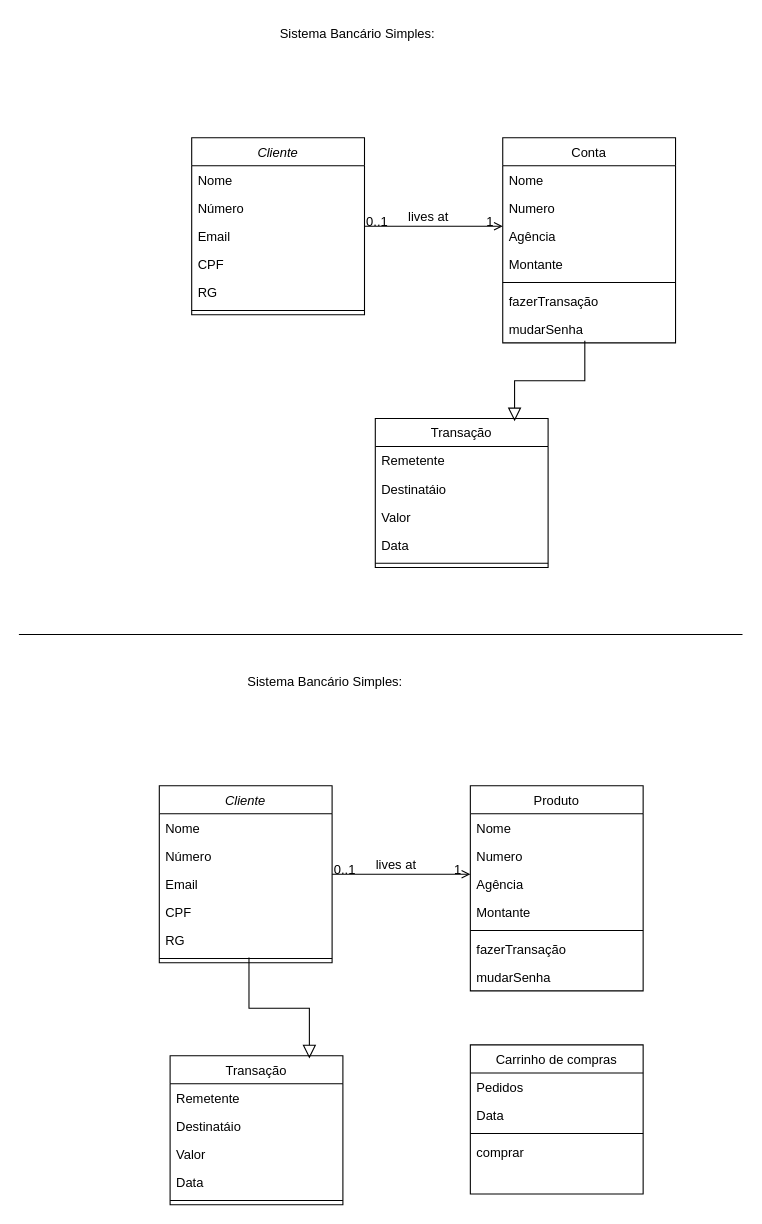
This is page "Page-1" (1 of 2) of trabalho eng.drawio from zanellaz/javascripto, a draw.io file, before an edit. Source tidied: cells renumbered, new cells numbered last; positions are measured from the earlier drawing's top-left corner, leaving out a move shared by most shapes. Both pictures are drawn from the tidied source at 108%, with x=0, y=0 at pixel (18, 18).
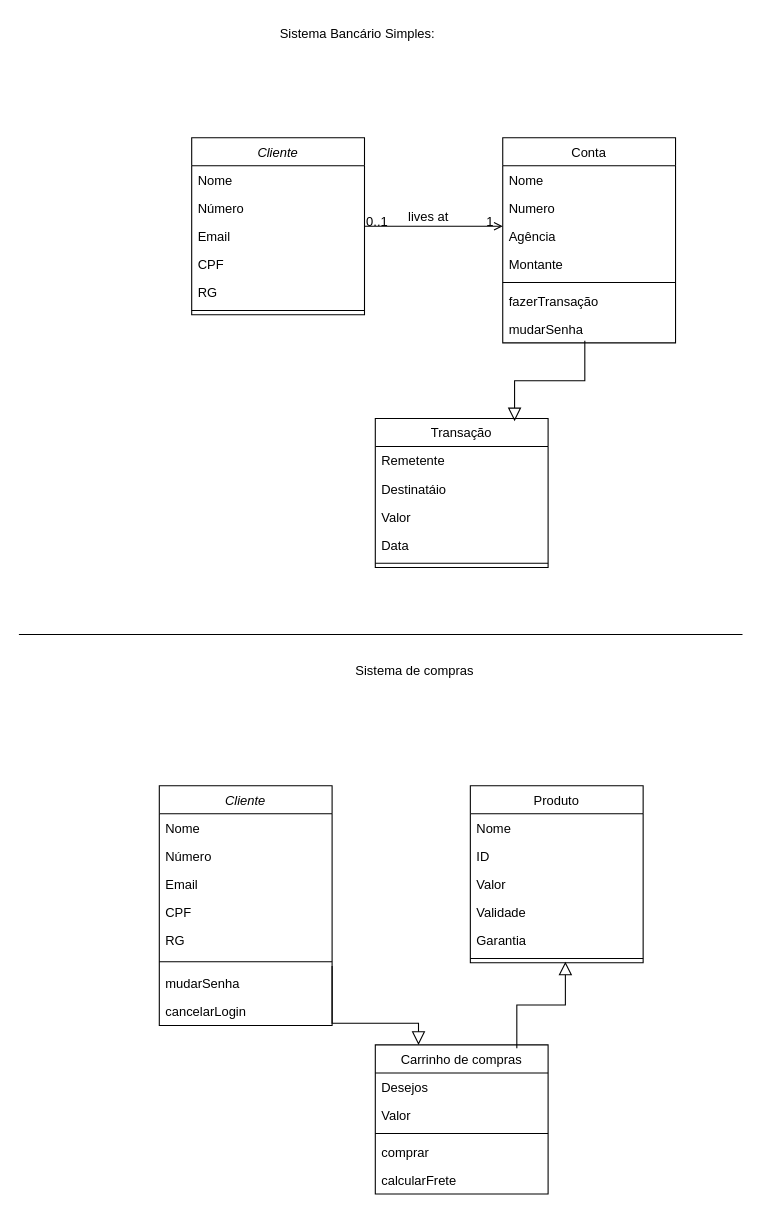
Above is the later version.

What changed in the source:
```diff
@@
     <mxCell id="30" value="Cliente" style="swimlane;fontStyle=2;align=center;verticalAlign=top;horizontal=1;startSize=26;rounded=0;shadow=0;strokeWidth=1;" parent="1" vertex="1">
-      <mxGeometry x="130" y="710" width="160" height="164" as="geometry" />
+      <mxGeometry x="130" y="710" width="160" height="222" as="geometry" />
     </mxCell>
@@
     <mxCell id="36" style="line;html=1;strokeWidth=1;align=left;verticalAlign=middle;spacingTop=-1;spacingLeft=3;spacingRight=3;labelPosition=right;points=[];portConstraint=eastwest;" parent="30" vertex="1">
-      <mxGeometry y="156" width="160" height="8" as="geometry" />
+      <mxGeometry y="156" width="160" height="14" as="geometry" />
     </mxCell>
-    <mxCell id="37" value="Transação" style="swimlane;fontStyle=0;align=center;verticalAlign=top;horizontal=1;startSize=26;rounded=0;shadow=0;strokeWidth=1;" parent="1" vertex="1">
-      <mxGeometry x="140" y="960" width="160" height="138" as="geometry" />
-    </mxCell>
-    <mxCell id="38" value="Remetente" style="text;align=left;verticalAlign=top;spacingLeft=4;spacingRight=4;overflow=hidden;" parent="37" vertex="1">
-      <mxGeometry y="26" width="160" height="26" as="geometry" />
-    </mxCell>
-    <mxCell id="39" value="Destinatáio" style="text;align=left;verticalAlign=top;spacingLeft=4;spacingRight=4;overflow=hidden;rounded=0;shadow=0;html=0;" parent="37" vertex="1">
-      <mxGeometry y="52" width="160" height="26" as="geometry" />
-    </mxCell>
-    <mxCell id="40" value="Valor" style="text;align=left;verticalAlign=top;spacingLeft=4;spacingRight=4;overflow=hidden;rounded=0;shadow=0;html=0;" parent="37" vertex="1">
-      <mxGeometry y="78" width="160" height="26" as="geometry" />
-    </mxCell>
-    <mxCell id="41" value="Data" style="text;align=left;verticalAlign=top;spacingLeft=4;spacingRight=4;overflow=hidden;rounded=0;shadow=0;html=0;" parent="37" vertex="1">
-      <mxGeometry y="104" width="160" height="26" as="geometry" />
-    </mxCell>
-    <mxCell id="42" style="line;html=1;strokeWidth=1;align=left;verticalAlign=middle;spacingTop=-1;spacingLeft=3;spacingRight=3;labelPosition=right;" parent="37" vertex="1">
-      <mxGeometry y="130" width="160" height="8" as="geometry" />
-    </mxCell>
-    <mxCell id="43" style="endArrow=block;endSize=10;endFill=0;shadow=0;strokeWidth=1;rounded=0;edgeStyle=elbowEdgeStyle;elbow=vertical;entryX=0.806;entryY=0.018;entryDx=0;entryDy=0;entryPerimeter=0;exitX=0.519;exitY=0.375;exitDx=0;exitDy=0;exitPerimeter=0;" parent="1" edge="1" source="36" target="37">
-      <mxGeometry relative="1" as="geometry" />
-    </mxCell>
+    <mxCell id="62" style="endArrow=block;endSize=10;endFill=0;shadow=0;strokeWidth=1;rounded=0;edgeStyle=elbowEdgeStyle;elbow=vertical;entryX=0.25;entryY=0;entryDx=0;entryDy=0;exitX=0.644;exitY=1.038;exitDx=0;exitDy=0;exitPerimeter=0;" parent="30" edge="1" target="57">
+      <mxGeometry relative="1" as="geometry">
+        <mxPoint x="160" y="167" as="sourcePoint" />
+        <Array as="points">
+          <mxPoint x="310" y="220" />
+        </Array>
+      </mxGeometry>
+    </mxCell>
+    <mxCell id="51" value="mudarSenha" style="text;align=left;verticalAlign=top;spacingLeft=4;spacingRight=4;overflow=hidden;" parent="30" vertex="1">
+      <mxGeometry y="170" width="160" height="26" as="geometry" />
+    </mxCell>
+    <mxCell id="63" value="cancelarLogin" style="text;align=left;verticalAlign=top;spacingLeft=4;spacingRight=4;overflow=hidden;" parent="30" vertex="1">
+      <mxGeometry y="196" width="160" height="26" as="geometry" />
+    </mxCell>
     <mxCell id="44" value="Produto" style="swimlane;fontStyle=0;align=center;verticalAlign=top;horizontal=1;startSize=26;rounded=0;shadow=0;strokeWidth=1;" parent="1" vertex="1">
-      <mxGeometry x="418" y="710" width="160" height="190" as="geometry" />
+      <mxGeometry x="418" y="710" width="160" height="164" as="geometry" />
     </mxCell>
@@
-    <mxCell id="46" value="Numero" style="text;align=left;verticalAlign=top;spacingLeft=4;spacingRight=4;overflow=hidden;rounded=0;shadow=0;html=0;" parent="44" vertex="1">
+    <mxCell id="46" value="ID" style="text;align=left;verticalAlign=top;spacingLeft=4;spacingRight=4;overflow=hidden;rounded=0;shadow=0;html=0;" parent="44" vertex="1">
       <mxGeometry y="52" width="160" height="26" as="geometry" />
     </mxCell>
-    <mxCell id="47" value="Agência" style="text;align=left;verticalAlign=top;spacingLeft=4;spacingRight=4;overflow=hidden;rounded=0;shadow=0;html=0;" parent="44" vertex="1">
+    <mxCell id="47" value="Valor" style="text;align=left;verticalAlign=top;spacingLeft=4;spacingRight=4;overflow=hidden;rounded=0;shadow=0;html=0;" parent="44" vertex="1">
       <mxGeometry y="78" width="160" height="26" as="geometry" />
     </mxCell>
-    <mxCell id="48" value="Montante" style="text;align=left;verticalAlign=top;spacingLeft=4;spacingRight=4;overflow=hidden;rounded=0;shadow=0;html=0;" parent="44" vertex="1">
+    <mxCell id="48" value="Validade" style="text;align=left;verticalAlign=top;spacingLeft=4;spacingRight=4;overflow=hidden;rounded=0;shadow=0;html=0;" parent="44" vertex="1">
       <mxGeometry y="104" width="160" height="26" as="geometry" />
     </mxCell>
+    <mxCell id="64" value="Garantia" style="text;align=left;verticalAlign=top;spacingLeft=4;spacingRight=4;overflow=hidden;rounded=0;shadow=0;html=0;" parent="44" vertex="1">
+      <mxGeometry y="130" width="160" height="26" as="geometry" />
+    </mxCell>
     <mxCell id="49" style="line;html=1;strokeWidth=1;align=left;verticalAlign=middle;spacingTop=-1;spacingLeft=3;spacingRight=3;labelPosition=right;points=[];portConstraint=eastwest;" parent="44" vertex="1">
-      <mxGeometry y="130" width="160" height="8" as="geometry" />
+      <mxGeometry y="156" width="160" height="8" as="geometry" />
     </mxCell>
-    <mxCell id="50" value="fazerTransação" style="text;align=left;verticalAlign=top;spacingLeft=4;spacingRight=4;overflow=hidden;" parent="44" vertex="1">
-      <mxGeometry y="138" width="160" height="26" as="geometry" />
-    </mxCell>
-    <mxCell id="51" value="mudarSenha" style="text;align=left;verticalAlign=top;spacingLeft=4;spacingRight=4;overflow=hidden;" parent="44" vertex="1">
-      <mxGeometry y="164" width="160" height="26" as="geometry" />
-    </mxCell>
-    <mxCell id="52" style="endArrow=open;shadow=0;strokeWidth=1;rounded=0;endFill=1;edgeStyle=elbowEdgeStyle;elbow=vertical;" parent="1" edge="1" source="30" target="44">
-      <mxGeometry x="0.5" y="41" relative="1" as="geometry">
-        <mxPoint x="-40" y="32" as="offset" />
-      </mxGeometry>
-    </mxCell>
-    <mxCell id="53" value="0..1" style="align=left;verticalAlign=bottom;labelBackgroundColor=none;fontSize=12;" parent="52" vertex="1">
-      <mxGeometry x="-1" relative="1" as="geometry">
-        <mxPoint y="4" as="offset" />
-      </mxGeometry>
-    </mxCell>
-    <mxCell id="54" value="1" style="align=right;verticalAlign=bottom;labelBackgroundColor=none;fontSize=12;" parent="52" vertex="1">
-      <mxGeometry x="1" relative="1" as="geometry">
-        <mxPoint x="-7" y="4" as="offset" />
-      </mxGeometry>
-    </mxCell>
-    <mxCell id="55" value="lives at" style="text;html=1;align=center;verticalAlign=middle;labelBackgroundColor=none;rounded=0;shadow=0;strokeWidth=1;fontSize=12;" parent="52" vertex="1">
-      <mxGeometry x="0.5" y="49" relative="1" as="geometry">
-        <mxPoint x="-38" y="40" as="offset" />
-      </mxGeometry>
-    </mxCell>
-    <mxCell id="56" value="Sistema Bancário Simples:" style="text;whiteSpace=wrap;html=1;" parent="1" vertex="1">
-      <mxGeometry x="210" y="600" width="180" height="40" as="geometry" />
+    <mxCell id="56" value="Sistema de compras" style="text;whiteSpace=wrap;html=1;" parent="1" vertex="1">
+      <mxGeometry x="310" y="590" width="180" height="40" as="geometry" />
     </mxCell>
     <mxCell id="57" value="Carrinho de compras" style="swimlane;fontStyle=0;align=center;verticalAlign=top;horizontal=1;startSize=26;rounded=0;shadow=0;strokeWidth=1;" parent="1" vertex="1">
-      <mxGeometry x="418" y="950" width="160" height="138" as="geometry" />
+      <mxGeometry x="330" y="950" width="160" height="138" as="geometry" />
     </mxCell>
-    <mxCell id="58" value="Pedidos" style="text;align=left;verticalAlign=top;spacingLeft=4;spacingRight=4;overflow=hidden;" parent="57" vertex="1">
+    <mxCell id="58" value="Desejos" style="text;align=left;verticalAlign=top;spacingLeft=4;spacingRight=4;overflow=hidden;" parent="57" vertex="1">
       <mxGeometry y="26" width="160" height="26" as="geometry" />
     </mxCell>
-    <mxCell id="59" value="Data" style="text;align=left;verticalAlign=top;spacingLeft=4;spacingRight=4;overflow=hidden;rounded=0;shadow=0;html=0;" parent="57" vertex="1">
+    <mxCell id="59" value="Valor" style="text;align=left;verticalAlign=top;spacingLeft=4;spacingRight=4;overflow=hidden;rounded=0;shadow=0;html=0;" parent="57" vertex="1">
       <mxGeometry y="52" width="160" height="26" as="geometry" />
     </mxCell>
@@
+    <mxCell id="65" value="calcularFrete" style="text;align=left;verticalAlign=top;spacingLeft=4;spacingRight=4;overflow=hidden;" parent="57" vertex="1">
+      <mxGeometry y="112" width="160" height="26" as="geometry" />
+    </mxCell>
+    <mxCell id="66" style="endArrow=block;endSize=10;endFill=0;shadow=0;strokeWidth=1;rounded=0;edgeStyle=elbowEdgeStyle;elbow=vertical;exitX=0.819;exitY=0.022;exitDx=0;exitDy=0;exitPerimeter=0;entryX=0.55;entryY=0.875;entryDx=0;entryDy=0;entryPerimeter=0;" parent="1" edge="1" source="57" target="49">
+      <mxGeometry relative="1" as="geometry" />
+    </mxCell>
```
